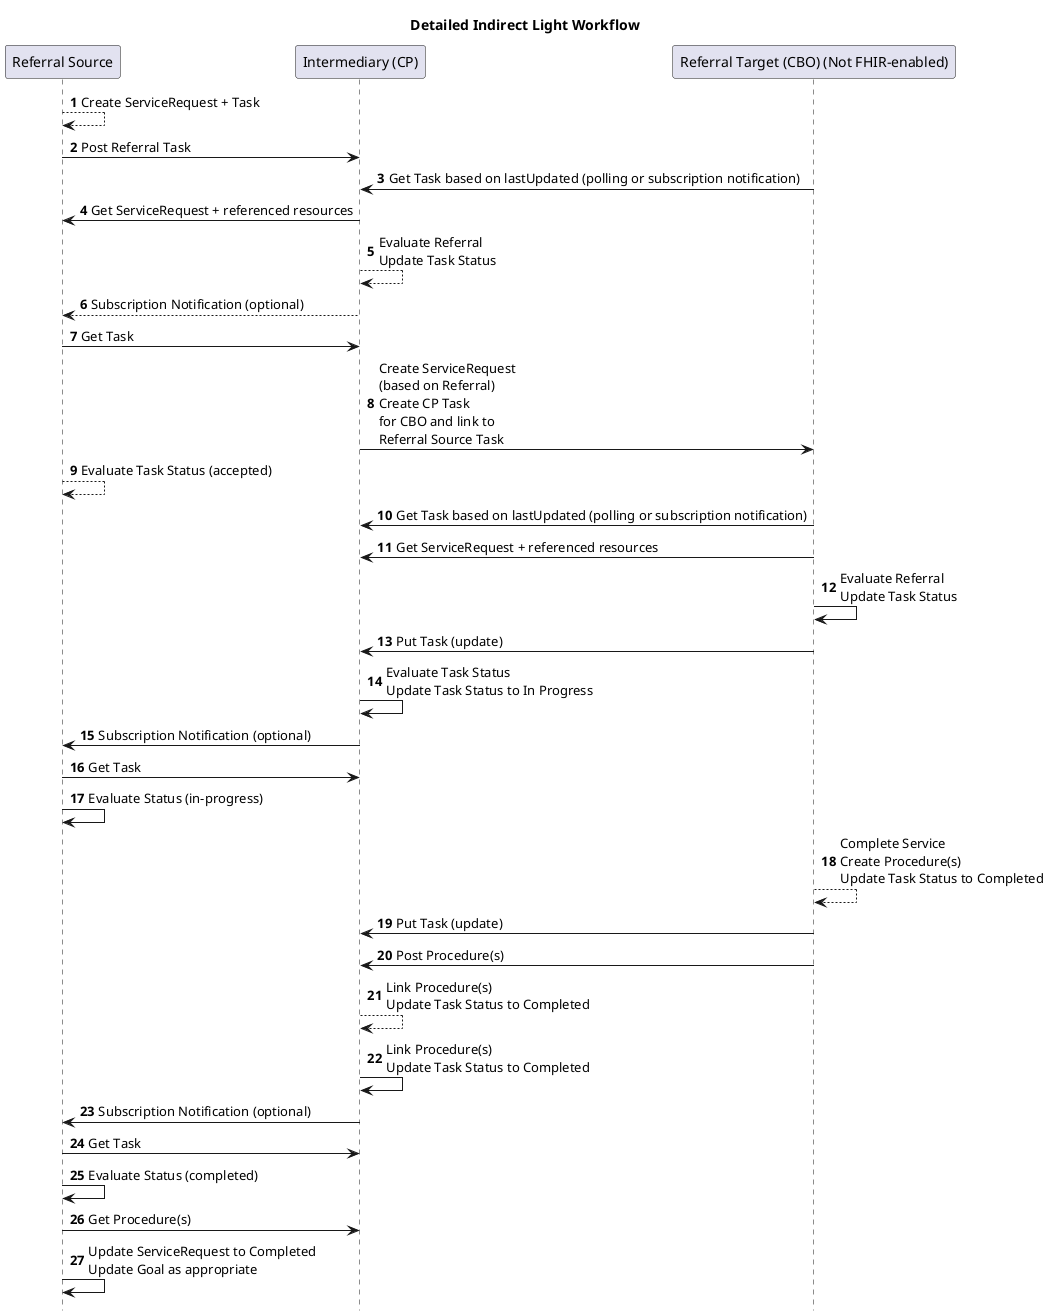
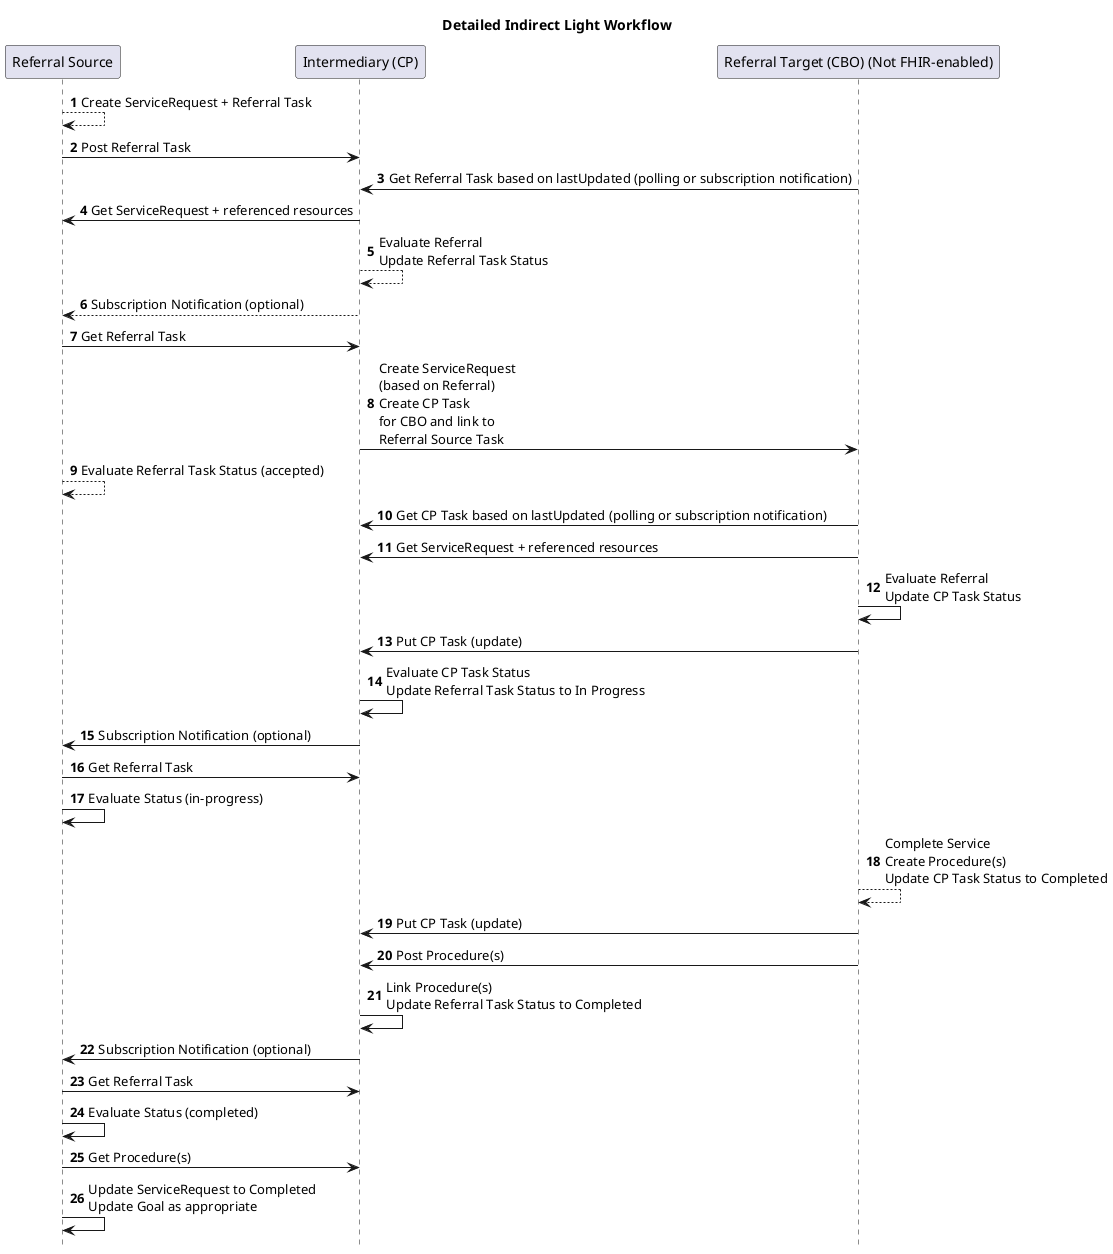
@startuml
/'!theme bluegray'/
title Detailed Indirect Light Workflow

participant "Referral Source" as A
participant "Intermediary (CP)" as B
participant "Referral Target (CBO) (Not FHIR-enabled)" as C

autonumber
- A --> A : Create ServiceRequest + Task
+ A --> A : Create ServiceRequest + Referral Task
A -> B : Post Referral Task
- C -> B : Get Task based on lastUpdated (polling or subscription notification)
+ C -> B : Get Referral Task based on lastUpdated (polling or subscription notification)

B -> A : Get ServiceRequest + referenced resources
- B --> B : Evaluate Referral\nUpdate Task Status
+ B --> B : Evaluate Referral\nUpdate Referral Task Status
B --> A : Subscription Notification (optional)

- A -> B : Get Task
+ A -> B : Get Referral Task
B -> C : Create ServiceRequest\n(based on Referral)\nCreate CP Task\nfor CBO and link to\nReferral Source Task
- A --> A : Evaluate Task Status (accepted)
+ A --> A : Evaluate Referral Task Status (accepted)

- C -> B : Get Task based on lastUpdated (polling or subscription notification)
+ C -> B : Get CP Task based on lastUpdated (polling or subscription notification)
C -> B : Get ServiceRequest + referenced resources
- C -> C : Evaluate Referral\nUpdate Task Status
- C -> B : Put Task (update)
+ C -> C : Evaluate Referral\nUpdate CP Task Status
+ C -> B : Put CP Task (update)


- B -> B : Evaluate Task Status\nUpdate Task Status to In Progress
+ B -> B : Evaluate CP Task Status\nUpdate Referral Task Status to In Progress
B -> A : Subscription Notification (optional)
- A -> B : Get Task
+ A -> B : Get Referral Task
A -> A : Evaluate Status (in-progress)

- C --> C : Complete Service\nCreate Procedure(s)\nUpdate Task Status to Completed
- C -> B : Put Task (update)
+ C --> C : Complete Service\nCreate Procedure(s)\nUpdate CP Task Status to Completed
+ C -> B : Put CP Task (update)
C -> B : Post Procedure(s)

- B --> B : Link Procedure(s)\nUpdate Task Status to Completed
- 
- B -> B : Link Procedure(s)\nUpdate Task Status to Completed
+ B -> B : Link Procedure(s)\nUpdate Referral Task Status to Completed
B -> A : Subscription Notification (optional)
- A -> B : Get Task
+ A -> B : Get Referral Task

A -> A : Evaluate Status (completed)
A -> B : Get Procedure(s)

A -> A : Update ServiceRequest to Completed\nUpdate Goal as appropriate
hide footbox
@enduml